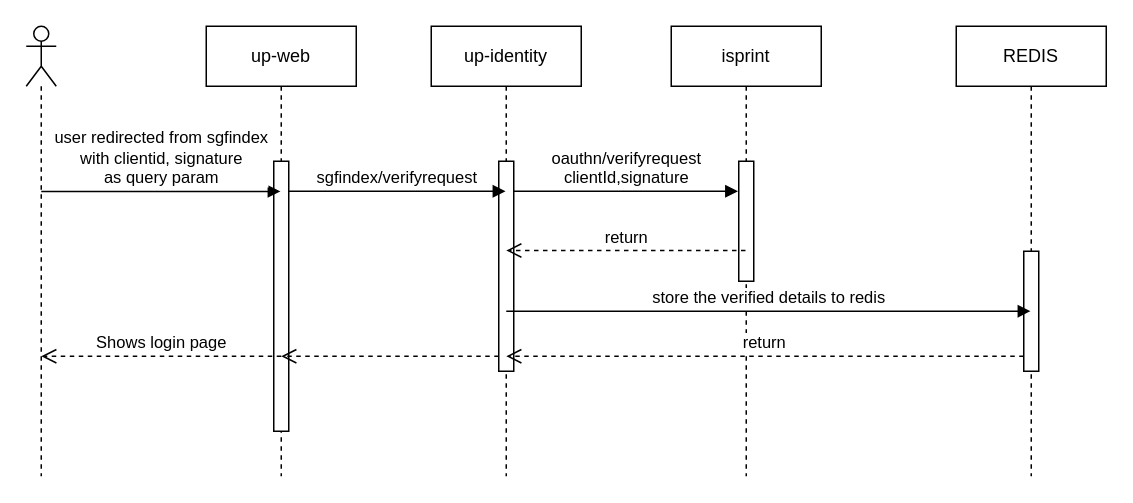
Earlier version of the draw.io diagram page "SGfindex-verify-request" (1 of 3) of SGFindex-login.drawio (ajeeshraj56/drawio). Source tidied: cells renumbered, new cells numbered last; positions are measured from the earlier drawing's top-left corner, leaving out a move shared by most shapes. Both pictures are drawn from the tidied source at 150%, with x=0, y=0 at pixel (26, 26).
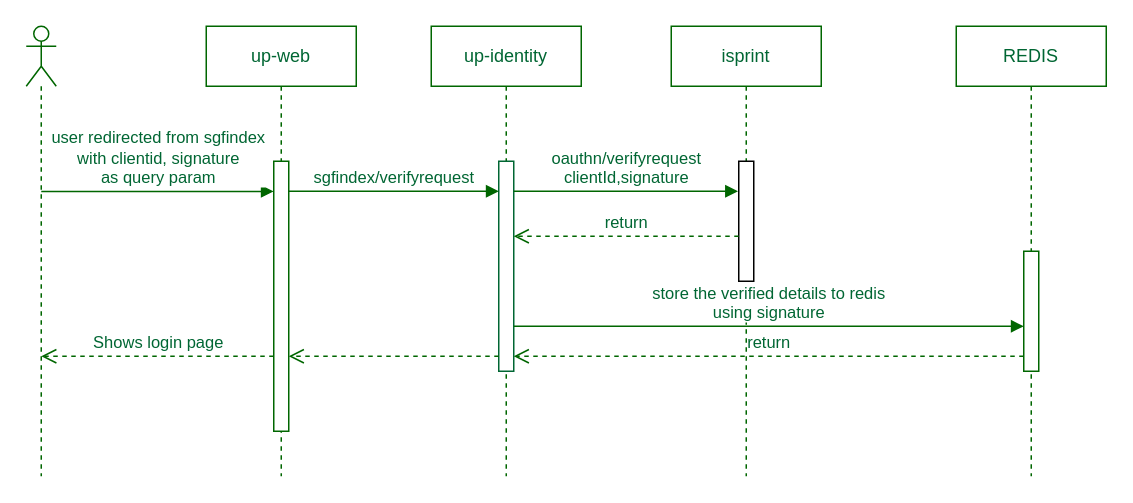
Above is the later version.

Diff of the diagram source:
```diff
@@
-    <mxCell id="2" style="shape=umlLifeline;perimeter=lifelinePerimeter;whiteSpace=wrap;html=1;outlineConnect=0;portConstraint=eastwest;newEdgeStyle={&quot;curved&quot;:0,&quot;rounded&quot;:0};participant=umlActor;" parent="1" vertex="1">
+    <mxCell id="2" style="shape=umlLifeline;perimeter=lifelinePerimeter;whiteSpace=wrap;html=1;outlineConnect=0;portConstraint=eastwest;newEdgeStyle={&quot;curved&quot;:0,&quot;rounded&quot;:0};participant=umlActor;fontColor=#006633;strokeColor=#006600;" parent="1" vertex="1">
       <mxGeometry width="20" height="300" as="geometry" />
     </mxCell>
-    <mxCell id="3" value="up-web" style="shape=umlLifeline;perimeter=lifelinePerimeter;whiteSpace=wrap;html=1;outlineConnect=0;portConstraint=eastwest;newEdgeStyle={&quot;curved&quot;:0,&quot;rounded&quot;:0};" parent="1" vertex="1">
+    <mxCell id="3" value="up-web" style="shape=umlLifeline;perimeter=lifelinePerimeter;whiteSpace=wrap;html=1;outlineConnect=0;portConstraint=eastwest;newEdgeStyle={&quot;curved&quot;:0,&quot;rounded&quot;:0};fontColor=#006633;strokeColor=#006600;" parent="1" vertex="1">
       <mxGeometry x="120" width="100" height="300" as="geometry" />
     </mxCell>
-    <mxCell id="4" style="html=1;points=[[0,0,0,0,5],[0,1,0,0,-5],[1,0,0,0,5],[1,1,0,0,-5]];perimeter=orthogonalPerimeter;outlineConnect=0;targetShapes=umlLifeline;portConstraint=eastwest;newEdgeStyle={&quot;curved&quot;:0,&quot;rounded&quot;:0};" parent="3" vertex="1">
+    <mxCell id="4" style="html=1;points=[[0,0,0,0,5],[0,1,0,0,-5],[1,0,0,0,5],[1,1,0,0,-5]];perimeter=orthogonalPerimeter;outlineConnect=0;targetShapes=umlLifeline;portConstraint=eastwest;newEdgeStyle={&quot;curved&quot;:0,&quot;rounded&quot;:0};fontColor=#006633;strokeColor=#006600;" parent="3" vertex="1">
       <mxGeometry x="45" y="90" width="10" height="180" as="geometry" />
     </mxCell>
-    <mxCell id="5" value="up-identity" style="shape=umlLifeline;perimeter=lifelinePerimeter;whiteSpace=wrap;html=1;newEdgeStyle={&quot;curved&quot;:0,&quot;rounded&quot;:0};" parent="1" vertex="1">
+    <mxCell id="5" value="up-identity" style="shape=umlLifeline;perimeter=lifelinePerimeter;whiteSpace=wrap;html=1;newEdgeStyle={&quot;curved&quot;:0,&quot;rounded&quot;:0};fontColor=#006633;strokeColor=#006600;" parent="1" vertex="1">
       <mxGeometry x="270" width="100" height="300" as="geometry" />
     </mxCell>
-    <mxCell id="6" style="html=1;points=[[0,0,0,0,5],[0,1,0,0,-5],[1,0,0,0,5],[1,1,0,0,-5]];perimeter=orthogonalPerimeter;outlineConnect=0;targetShapes=umlLifeline;portConstraint=eastwest;newEdgeStyle={&quot;curved&quot;:0,&quot;rounded&quot;:0};" parent="5" vertex="1">
+    <mxCell id="6" style="html=1;points=[[0,0,0,0,5],[0,1,0,0,-5],[1,0,0,0,5],[1,1,0,0,-5]];perimeter=orthogonalPerimeter;outlineConnect=0;targetShapes=umlLifeline;portConstraint=eastwest;newEdgeStyle={&quot;curved&quot;:0,&quot;rounded&quot;:0};fontColor=#006633;strokeColor=#006633;" parent="5" vertex="1">
       <mxGeometry x="45" y="90" width="10" height="140" as="geometry" />
     </mxCell>
-    <mxCell id="7" value="isprint" style="shape=umlLifeline;perimeter=lifelinePerimeter;whiteSpace=wrap;html=1;outlineConnect=0;portConstraint=eastwest;newEdgeStyle={&quot;curved&quot;:0,&quot;rounded&quot;:0};" parent="1" vertex="1">
+    <mxCell id="7" value="isprint" style="shape=umlLifeline;perimeter=lifelinePerimeter;whiteSpace=wrap;html=1;outlineConnect=0;portConstraint=eastwest;newEdgeStyle={&quot;curved&quot;:0,&quot;rounded&quot;:0};fontColor=#006633;strokeColor=#006600;" parent="1" vertex="1">
       <mxGeometry x="430" width="100" height="300" as="geometry" />
     </mxCell>
-    <mxCell id="8" style="html=1;perimeter=orthogonalPerimeter;targetShapes=umlLifeline;newEdgeStyle={&quot;curved&quot;:0,&quot;rounded&quot;:0};" parent="7" vertex="1">
+    <mxCell id="8" style="html=1;perimeter=orthogonalPerimeter;targetShapes=umlLifeline;newEdgeStyle={&quot;curved&quot;:0,&quot;rounded&quot;:0};fontColor=#006633;" parent="7" vertex="1">
       <mxGeometry x="45" y="90" width="10" height="80" as="geometry" />
     </mxCell>
-    <mxCell id="9" value="REDIS" style="shape=umlLifeline;perimeter=lifelinePerimeter;whiteSpace=wrap;html=1;outlineConnect=0;portConstraint=eastwest;newEdgeStyle={&quot;curved&quot;:0,&quot;rounded&quot;:0};" parent="1" vertex="1">
+    <mxCell id="9" value="REDIS" style="shape=umlLifeline;perimeter=lifelinePerimeter;whiteSpace=wrap;html=1;outlineConnect=0;portConstraint=eastwest;newEdgeStyle={&quot;curved&quot;:0,&quot;rounded&quot;:0};fontColor=#006633;strokeColor=#006600;" parent="1" vertex="1">
       <mxGeometry x="620" width="100" height="300" as="geometry" />
     </mxCell>
-    <mxCell id="10" style="html=1;points=[[0,0,0,0,5],[0,1,0,0,-5],[1,0,0,0,5],[1,1,0,0,-5]];perimeter=orthogonalPerimeter;outlineConnect=0;targetShapes=umlLifeline;portConstraint=eastwest;newEdgeStyle={&quot;curved&quot;:0,&quot;rounded&quot;:0};" parent="9" vertex="1">
+    <mxCell id="10" style="html=1;points=[[0,0,0,0,5],[0,1,0,0,-5],[1,0,0,0,5],[1,1,0,0,-5]];perimeter=orthogonalPerimeter;outlineConnect=0;targetShapes=umlLifeline;portConstraint=eastwest;newEdgeStyle={&quot;curved&quot;:0,&quot;rounded&quot;:0};fontColor=#006633;strokeColor=#006600;" parent="9" vertex="1">
       <mxGeometry x="45" y="150" width="10" height="80" as="geometry" />
     </mxCell>
-    <mxCell id="11" value="user redirected from sgfindex&lt;br&gt;with clientid, signature&lt;br&gt;as query param" style="html=1;verticalAlign=bottom;endArrow=block;curved=0;rounded=0;exitX=0.5;exitY=0.367;exitDx=0;exitDy=0;exitPerimeter=0;" parent="1" edge="1" source="2" target="3">
+    <mxCell id="11" value="user redirected from sgfindex&lt;br&gt;with clientid, signature&lt;br&gt;as query param" style="html=1;verticalAlign=bottom;endArrow=block;curved=0;rounded=0;exitX=0.5;exitY=0.367;exitDx=0;exitDy=0;exitPerimeter=0;fontColor=#006633;strokeColor=#006600;" parent="1" edge="1" source="2" target="4">
       <mxGeometry relative="1" as="geometry" />
     </mxCell>
-    <mxCell id="12" value="sgfindex/verifyrequest" style="html=1;verticalAlign=bottom;endArrow=block;curved=0;rounded=0;" parent="1" edge="1">
+    <mxCell id="12" value="sgfindex/verifyrequest" style="html=1;verticalAlign=bottom;endArrow=block;curved=0;rounded=0;fontColor=#006633;strokeColor=#006600;" parent="1" edge="1" target="6">
       <mxGeometry relative="1" as="geometry">
         <mxPoint x="175" y="110" as="sourcePoint" />
-        <mxPoint x="319.5" y="110" as="targetPoint" />
       </mxGeometry>
     </mxCell>
-    <mxCell id="13" value="oauthn/verifyrequest&lt;br&gt;clientId,signature" style="html=1;verticalAlign=bottom;endArrow=block;curved=0;rounded=0;" parent="1" edge="1" source="6">
+    <mxCell id="13" value="oauthn/verifyrequest&lt;br&gt;clientId,signature" style="html=1;verticalAlign=bottom;endArrow=block;curved=0;rounded=0;fontColor=#006633;strokeColor=#006600;" parent="1" edge="1" source="6">
       <mxGeometry relative="1" as="geometry">
         <mxPoint x="474.5" y="110" as="targetPoint" />
       </mxGeometry>
     </mxCell>
-    <mxCell id="14" value="return" style="html=1;verticalAlign=bottom;endArrow=open;dashed=1;endSize=8;curved=0;rounded=0;" parent="1" edge="1" source="7">
+    <mxCell id="14" value="return" style="html=1;verticalAlign=bottom;endArrow=open;dashed=1;endSize=8;curved=0;rounded=0;fontColor=#006633;strokeColor=#006600;" parent="1" edge="1">
       <mxGeometry relative="1" as="geometry">
-        <mxPoint x="320" y="149.5" as="targetPoint" />
+        <mxPoint x="475" y="140" as="sourcePoint" />
+        <mxPoint x="325" y="140" as="targetPoint" />
       </mxGeometry>
     </mxCell>
-    <mxCell id="15" value="store the verified details to redis" style="html=1;verticalAlign=bottom;endArrow=block;curved=0;rounded=0;exitX=0.5;exitY=0.714;exitDx=0;exitDy=0;exitPerimeter=0;" parent="1" edge="1" source="6" target="9">
-      <mxGeometry relative="1" as="geometry" />
+    <mxCell id="15" value="store the verified details to redis&lt;br&gt;using signature" style="html=1;verticalAlign=bottom;endArrow=block;curved=0;rounded=0;fontColor=#006633;strokeColor=#006600;" parent="1" edge="1">
+      <mxGeometry relative="1" as="geometry">
+        <mxPoint x="325" y="200" as="sourcePoint" />
+        <mxPoint x="665" y="200" as="targetPoint" />
+      </mxGeometry>
     </mxCell>
-    <mxCell id="16" value="return" style="html=1;verticalAlign=bottom;endArrow=open;dashed=1;endSize=8;curved=0;rounded=0;" parent="1" edge="1" source="10">
+    <mxCell id="16" value="return" style="html=1;verticalAlign=bottom;endArrow=open;dashed=1;endSize=8;curved=0;rounded=0;fontColor=#006633;strokeColor=#006600;" parent="1" edge="1">
       <mxGeometry relative="1" as="geometry">
-        <mxPoint x="320" y="220" as="targetPoint" />
+        <mxPoint x="665" y="220" as="sourcePoint" />
+        <mxPoint x="325" y="220" as="targetPoint" />
       </mxGeometry>
     </mxCell>
-    <mxCell id="17" value="&#10;&lt;span style=&quot;color: rgba(0, 0, 0, 0); font-family: monospace; font-size: 0px; font-style: normal; font-variant-ligatures: normal; font-variant-caps: normal; font-weight: 400; letter-spacing: normal; orphans: 2; text-align: start; text-indent: 0px; text-transform: none; widows: 2; word-spacing: 0px; -webkit-text-stroke-width: 0px; background-color: rgb(251, 251, 251); text-decoration-thickness: initial; text-decoration-style: initial; text-decoration-color: initial; float: none; display: inline !important;&quot;&gt;&amp;nbsp;&lt;/span&gt;&#10;&#10;" style="html=1;verticalAlign=bottom;endArrow=open;dashed=1;endSize=8;curved=0;rounded=0;" parent="1" edge="1" source="6">
+    <mxCell id="17" value="&#10;&lt;span style=&quot;font-family: monospace; font-size: 0px; font-style: normal; font-variant-ligatures: normal; font-variant-caps: normal; font-weight: 400; letter-spacing: normal; orphans: 2; text-align: start; text-indent: 0px; text-transform: none; widows: 2; word-spacing: 0px; -webkit-text-stroke-width: 0px; background-color: rgb(251, 251, 251); text-decoration-thickness: initial; text-decoration-style: initial; text-decoration-color: initial; float: none; display: inline !important;&quot;&gt;&amp;nbsp;&lt;/span&gt;&#10;&#10;" style="html=1;verticalAlign=bottom;endArrow=open;dashed=1;endSize=8;curved=0;rounded=0;fontColor=#006633;strokeColor=#006600;" parent="1" edge="1">
       <mxGeometry relative="1" as="geometry">
-        <mxPoint x="170" y="220" as="targetPoint" />
+        <mxPoint x="315" y="220" as="sourcePoint" />
+        <mxPoint x="175" y="220" as="targetPoint" />
       </mxGeometry>
     </mxCell>
-    <mxCell id="18" value="&#10;&lt;span style=&quot;color: rgba(0, 0, 0, 0); font-family: monospace; font-size: 0px; font-style: normal; font-variant-ligatures: normal; font-variant-caps: normal; font-weight: 400; letter-spacing: normal; orphans: 2; text-align: start; text-indent: 0px; text-transform: none; widows: 2; word-spacing: 0px; -webkit-text-stroke-width: 0px; background-color: rgb(251, 251, 251); text-decoration-thickness: initial; text-decoration-style: initial; text-decoration-color: initial; float: none; display: inline !important;&quot;&gt;&amp;nbsp;&lt;/span&gt;&#10;&#10;" style="html=1;verticalAlign=bottom;endArrow=open;dashed=1;endSize=8;curved=0;rounded=0;" parent="1" edge="1">
+    <mxCell id="18" value="&#10;&lt;span style=&quot;font-family: monospace; font-size: 0px; font-style: normal; font-variant-ligatures: normal; font-variant-caps: normal; font-weight: 400; letter-spacing: normal; orphans: 2; text-align: start; text-indent: 0px; text-transform: none; widows: 2; word-spacing: 0px; -webkit-text-stroke-width: 0px; background-color: rgb(251, 251, 251); text-decoration-thickness: initial; text-decoration-style: initial; text-decoration-color: initial; float: none; display: inline !important;&quot;&gt;&amp;nbsp;&lt;/span&gt;&#10;&#10;" style="html=1;verticalAlign=bottom;endArrow=open;dashed=1;endSize=8;curved=0;rounded=0;fontColor=#006633;strokeColor=#006600;" parent="1" edge="1" source="4">
       <mxGeometry relative="1" as="geometry">
-        <mxPoint x="170" y="220" as="sourcePoint" />
         <mxPoint x="10" y="220" as="targetPoint" />
       </mxGeometry>
     </mxCell>
-    <mxCell id="19" value="Shows login page" style="edgeLabel;html=1;align=center;verticalAlign=middle;" parent="18" vertex="1">
+    <mxCell id="19" value="Shows login page" style="edgeLabel;html=1;align=center;verticalAlign=middle;fontColor=#006633;" parent="18" vertex="1">
       <mxGeometry x="0.01" y="-10" relative="1" as="geometry" />
     </mxCell>
```
